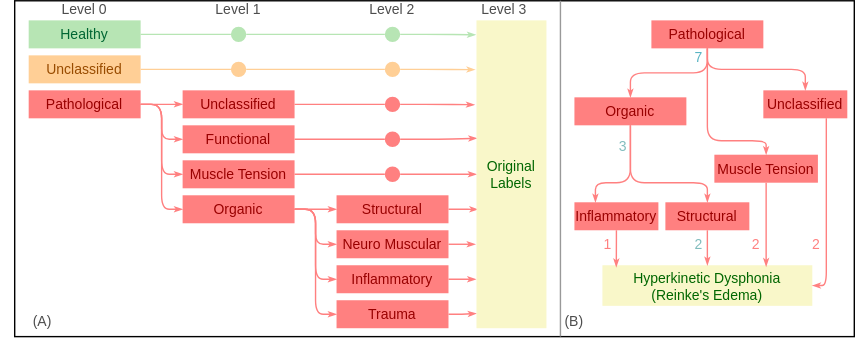
This is benchmark/.docs/diagnostic_hierarchy.drawio.svg from ComputationalAudioResearchLab/divr-benchmark, a draw.io export, as it was before one commit. Source tidied: cells renumbered, new cells last; positions are measured from the earlier drawing's top-left corner, leaving out a move shared by most shapes.
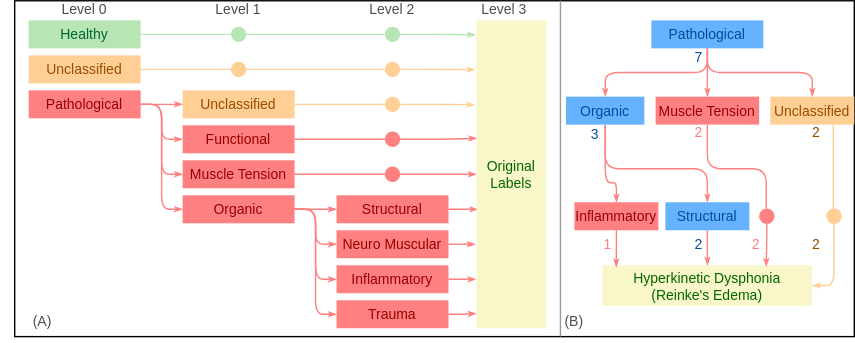
Above is the later version.

Commit message:
feat: store diagram and rmore results

What changed in the source:
```diff
@@ -44,10 +44,10 @@
     <mxCell id="15" value="Muscle Tension" style="rounded=0;whiteSpace=wrap;html=1;labelBackgroundColor=none;fillColor=#FF8080;fontSize=10;fontColor=#990000;strokeColor=none;" parent="1" vertex="1">
       <mxGeometry x="130" y="114" width="80" height="20" as="geometry" />
     </mxCell>
-    <mxCell id="16" style="edgeStyle=orthogonalEdgeStyle;html=1;exitX=1;exitY=0.5;exitDx=0;exitDy=0;strokeColor=#FF8080;fontSize=10;fontColor=#990000;endArrow=classicThin;endFill=1;startSize=2;endSize=3;entryX=-0.027;entryY=0.274;entryDx=0;entryDy=0;entryPerimeter=0;startArrow=none;" parent="1" edge="1" source="68" target="31">
+    <mxCell id="16" style="edgeStyle=orthogonalEdgeStyle;html=1;exitX=1;exitY=0.5;exitDx=0;exitDy=0;strokeColor=#FFCF96;fontSize=10;fontColor=#990000;endArrow=classicThin;endFill=1;startSize=2;endSize=3;entryX=-0.027;entryY=0.274;entryDx=0;entryDy=0;entryPerimeter=0;startArrow=none;" parent="1" edge="1" source="68" target="31">
       <mxGeometry relative="1" as="geometry" />
     </mxCell>
-    <mxCell id="17" value="Unclassified" style="rounded=0;whiteSpace=wrap;html=1;labelBackgroundColor=none;fillColor=#FF8080;fontSize=10;fontColor=#990000;strokeColor=none;" parent="1" vertex="1">
+    <mxCell id="17" value="Unclassified" style="rounded=0;whiteSpace=wrap;html=1;labelBackgroundColor=none;fillColor=#FFCF96;fontSize=10;fontColor=#994C00;strokeColor=none;" parent="1" vertex="1">
       <mxGeometry x="130" y="64" width="80" height="20" as="geometry" />
     </mxCell>
     <mxCell id="18" style="edgeStyle=orthogonalEdgeStyle;html=1;exitX=1;exitY=0.5;exitDx=0;exitDy=0;entryX=0;entryY=0.5;entryDx=0;entryDy=0;strokeColor=#FF8080;fontSize=10;fontColor=#990000;endArrow=classicThin;endFill=1;startSize=2;endSize=3;" parent="1" edge="1" source="22" target="30">
@@ -116,41 +116,45 @@
     <mxCell id="38" style="edgeStyle=orthogonalEdgeStyle;html=1;exitX=0.5;exitY=1;exitDx=0;exitDy=0;entryX=0.5;entryY=0;entryDx=0;entryDy=0;strokeColor=#FF8080;fontSize=10;fontColor=#4D4D4D;endArrow=classicThin;endFill=1;startSize=2;endSize=3;" parent="1" edge="1" source="39" target="35">
       <mxGeometry relative="1" as="geometry" />
     </mxCell>
-    <mxCell id="39" value="Structural" style="rounded=0;whiteSpace=wrap;html=1;labelBackgroundColor=none;fillColor=#FF8080;fontSize=10;fontColor=#990000;strokeColor=none;" parent="1" vertex="1">
+    <mxCell id="39" value="Structural" style="rounded=0;whiteSpace=wrap;html=1;labelBackgroundColor=none;fillColor=#66B2FF;fontSize=10;fontColor=#004C99;strokeColor=none;" parent="1" vertex="1">
       <mxGeometry x="475" y="144" width="60" height="20" as="geometry" />
     </mxCell>
-    <mxCell id="40" style="edgeStyle=orthogonalEdgeStyle;html=1;exitX=0.75;exitY=1;exitDx=0;exitDy=0;entryX=1;entryY=0.5;entryDx=0;entryDy=0;strokeColor=#FF8080;fontSize=10;fontColor=#4D4D4D;endArrow=classicThin;endFill=1;startSize=2;endSize=3;" parent="1" edge="1" source="41" target="35">
+    <mxCell id="40" style="edgeStyle=orthogonalEdgeStyle;html=1;exitX=0.5;exitY=1;exitDx=0;exitDy=0;entryX=1;entryY=0.5;entryDx=0;entryDy=0;strokeColor=#FFCF96;fontSize=10;fontColor=#4D4D4D;endArrow=classicThin;endFill=1;startSize=2;endSize=3;startArrow=none;" parent="1" edge="1" source="78" target="35">
       <mxGeometry relative="1" as="geometry" />
     </mxCell>
-    <mxCell id="41" value="Unclassified" style="rounded=0;whiteSpace=wrap;html=1;labelBackgroundColor=none;fillColor=#FF8080;fontSize=10;fontColor=#990000;strokeColor=none;" parent="1" vertex="1">
-      <mxGeometry x="545" y="64" width="60" height="20" as="geometry" />
+    <mxCell id="41" value="Unclassified" style="rounded=0;whiteSpace=wrap;html=1;labelBackgroundColor=none;fillColor=#FFCF96;fontSize=10;fontColor=#994C00;strokeColor=none;" parent="1" vertex="1">
+      <mxGeometry x="550" y="68.5" width="60" height="20" as="geometry" />
     </mxCell>
     <mxCell id="42" style="edgeStyle=orthogonalEdgeStyle;html=1;exitX=0.5;exitY=1;exitDx=0;exitDy=0;strokeColor=#FF8080;fontSize=10;fontColor=#4D4D4D;endArrow=classicThin;endFill=1;startSize=2;endSize=3;" parent="1" edge="1" source="44" target="39">
       <mxGeometry relative="1" as="geometry">
         <Array as="points">
-          <mxPoint x="450" y="130" />
-          <mxPoint x="505" y="130" />
+          <mxPoint x="432" y="120" />
+          <mxPoint x="505" y="120" />
         </Array>
       </mxGeometry>
     </mxCell>
-    <mxCell id="43" style="edgeStyle=orthogonalEdgeStyle;html=1;exitX=0.5;exitY=1;exitDx=0;exitDy=0;entryX=0.25;entryY=0;entryDx=0;entryDy=0;strokeColor=#FF8080;fontSize=10;fontColor=#4D4D4D;endArrow=classicThin;endFill=1;startSize=2;endSize=3;" parent="1" edge="1" source="44" target="37">
+    <mxCell id="43" style="edgeStyle=orthogonalEdgeStyle;html=1;exitX=0.5;exitY=1;exitDx=0;exitDy=0;entryX=0.5;entryY=0;entryDx=0;entryDy=0;strokeColor=#FF8080;fontSize=10;fontColor=#4D4D4D;endArrow=classicThin;endFill=1;startSize=2;endSize=3;" parent="1" edge="1" source="44" target="37">
       <mxGeometry relative="1" as="geometry">
         <Array as="points">
-          <mxPoint x="450" y="130" />
-          <mxPoint x="425" y="130" />
+          <mxPoint x="432" y="130" />
+          <mxPoint x="440" y="130" />
         </Array>
       </mxGeometry>
     </mxCell>
-    <mxCell id="44" value="Organic" style="rounded=0;whiteSpace=wrap;html=1;labelBackgroundColor=none;fillColor=#FF8080;fontSize=10;fontColor=#990000;strokeColor=none;" parent="1" vertex="1">
-      <mxGeometry x="410" y="69" width="80" height="20" as="geometry" />
+    <mxCell id="44" value="Organic" style="rounded=0;whiteSpace=wrap;html=1;labelBackgroundColor=none;fillColor=#66B2FF;fontSize=10;fontColor=#004C99;strokeColor=none;" parent="1" vertex="1">
+      <mxGeometry x="404" y="68.5" width="56" height="20" as="geometry" />
     </mxCell>
-    <mxCell id="45" style="edgeStyle=orthogonalEdgeStyle;html=1;exitX=0.5;exitY=1;exitDx=0;exitDy=0;strokeColor=#FF8080;fontSize=10;fontColor=#4D4D4D;endArrow=classicThin;endFill=1;startSize=2;endSize=3;" parent="1" edge="1" source="46">
+    <mxCell id="45" style="edgeStyle=orthogonalEdgeStyle;html=1;exitX=0.5;exitY=1;exitDx=0;exitDy=0;strokeColor=#FF8080;fontSize=10;fontColor=#4D4D4D;endArrow=classicThin;endFill=1;startSize=2;endSize=3;startArrow=none;" parent="1" edge="1" source="76">
       <mxGeometry relative="1" as="geometry">
         <mxPoint x="547" y="190" as="targetPoint" />
+        <Array as="points">
+          <mxPoint x="547" y="170" />
+          <mxPoint x="547" y="170" />
+        </Array>
       </mxGeometry>
     </mxCell>
     <mxCell id="46" value="Muscle Tension" style="rounded=0;whiteSpace=wrap;html=1;labelBackgroundColor=none;fillColor=#FF8080;fontSize=10;fontColor=#990000;strokeColor=none;spacing=0;" parent="1" vertex="1">
-      <mxGeometry x="510" y="110" width="74" height="20" as="geometry" />
+      <mxGeometry x="468" y="68.5" width="74" height="20" as="geometry" />
     </mxCell>
     <mxCell id="47" style="edgeStyle=orthogonalEdgeStyle;html=1;exitX=0.5;exitY=1;exitDx=0;exitDy=0;entryX=0.5;entryY=0;entryDx=0;entryDy=0;strokeColor=#FF8080;fontSize=10;fontColor=#4D4D4D;endArrow=classicThin;endFill=1;startSize=2;endSize=3;" parent="1" edge="1" source="50" target="44">
       <mxGeometry relative="1" as="geometry" />
@@ -161,24 +165,24 @@
     <mxCell id="49" style="edgeStyle=orthogonalEdgeStyle;html=1;exitX=0.5;exitY=1;exitDx=0;exitDy=0;strokeColor=#FF8080;fontSize=10;fontColor=#4D4D4D;endArrow=classicThin;endFill=1;startSize=2;endSize=3;entryX=0.5;entryY=0;entryDx=0;entryDy=0;" parent="1" edge="1" source="50" target="46">
       <mxGeometry relative="1" as="geometry">
         <Array as="points">
-          <mxPoint x="505" y="100" />
-          <mxPoint x="547" y="100" />
+          <mxPoint x="505" y="60" />
+          <mxPoint x="505" y="60" />
         </Array>
       </mxGeometry>
     </mxCell>
-    <mxCell id="50" value="Pathological" style="rounded=0;whiteSpace=wrap;html=1;labelBackgroundColor=none;fillColor=#FF8080;fontSize=10;fontColor=#990000;strokeColor=none;" parent="1" vertex="1">
+    <mxCell id="50" value="Pathological" style="rounded=0;whiteSpace=wrap;html=1;labelBackgroundColor=none;fillColor=#66B2FF;fontSize=10;fontColor=#004C99;strokeColor=none;" parent="1" vertex="1">
       <mxGeometry x="465" y="14" width="80" height="20" as="geometry" />
     </mxCell>
     <mxCell id="51" value="1" style="text;html=1;strokeColor=none;fillColor=none;align=center;verticalAlign=middle;whiteSpace=wrap;rounded=0;labelBackgroundColor=none;fontSize=10;fontColor=#FF8080;" parent="1" vertex="1">
       <mxGeometry x="419" y="168.5" width="30" height="11" as="geometry" />
     </mxCell>
-    <mxCell id="52" value="2" style="text;html=1;strokeColor=none;fillColor=none;align=center;verticalAlign=middle;whiteSpace=wrap;rounded=0;labelBackgroundColor=none;fontSize=10;fontColor=#80BCBD;" parent="1" vertex="1">
+    <mxCell id="52" value="2" style="text;html=1;strokeColor=none;fillColor=none;align=center;verticalAlign=middle;whiteSpace=wrap;rounded=0;labelBackgroundColor=none;fontSize=10;fontColor=#004C99;" parent="1" vertex="1">
       <mxGeometry x="484" y="168.5" width="30" height="11" as="geometry" />
     </mxCell>
     <mxCell id="53" value="2" style="text;html=1;strokeColor=none;fillColor=none;align=center;verticalAlign=middle;whiteSpace=wrap;rounded=0;labelBackgroundColor=none;fontSize=10;fontColor=#FF8080;" parent="1" vertex="1">
       <mxGeometry x="525" y="168.5" width="30" height="11" as="geometry" />
     </mxCell>
-    <mxCell id="54" value="2" style="text;html=1;strokeColor=none;fillColor=none;align=center;verticalAlign=middle;whiteSpace=wrap;rounded=0;labelBackgroundColor=none;fontSize=10;fontColor=#FF8080;" parent="1" vertex="1">
+    <mxCell id="54" value="2" style="text;html=1;strokeColor=none;fillColor=none;align=center;verticalAlign=middle;whiteSpace=wrap;rounded=0;labelBackgroundColor=none;fontSize=10;fontColor=#994C00;" parent="1" vertex="1">
       <mxGeometry x="568" y="168.5" width="30" height="11" as="geometry" />
     </mxCell>
     <mxCell id="55" value="Level 0" style="text;html=1;strokeColor=none;fillColor=none;align=center;verticalAlign=middle;whiteSpace=wrap;rounded=0;labelBackgroundColor=none;fontSize=10;fontColor=#4D4D4D;" parent="1" vertex="1">
@@ -217,10 +221,10 @@
     <mxCell id="66" style="ellipse;whiteSpace=wrap;html=1;labelBackgroundColor=none;fontSize=10;fontColor=#FF8080;fillColor=#FFCF96;strokeColor=none;" parent="1" vertex="1">
       <mxGeometry x="274.5" y="43.5" width="11" height="11" as="geometry" />
     </mxCell>
-    <mxCell id="67" style="edgeStyle=orthogonalEdgeStyle;html=1;exitX=1;exitY=0.5;exitDx=0;exitDy=0;strokeColor=#FF8080;fontSize=10;fontColor=#990000;endArrow=none;endFill=1;startSize=2;endSize=3;entryX=0;entryY=0.5;entryDx=0;entryDy=0;" parent="1" edge="1" source="17" target="68">
+    <mxCell id="67" style="edgeStyle=orthogonalEdgeStyle;html=1;exitX=1;exitY=0.5;exitDx=0;exitDy=0;strokeColor=#FFCF96;fontSize=10;fontColor=#990000;endArrow=none;endFill=1;startSize=2;endSize=3;entryX=0;entryY=0.5;entryDx=0;entryDy=0;" parent="1" edge="1" source="17" target="68">
       <mxGeometry relative="1" as="geometry" />
     </mxCell>
-    <mxCell id="68" style="ellipse;whiteSpace=wrap;html=1;labelBackgroundColor=none;fontSize=10;fontColor=#FF8080;fillColor=#FF8080;strokeColor=none;" parent="1" vertex="1">
+    <mxCell id="68" style="ellipse;whiteSpace=wrap;html=1;labelBackgroundColor=none;fontSize=10;fontColor=#FF8080;fillColor=#FFCF96;strokeColor=none;" parent="1" vertex="1">
       <mxGeometry x="274.5" y="68.5" width="11" height="11" as="geometry" />
     </mxCell>
     <mxCell id="69" style="edgeStyle=orthogonalEdgeStyle;html=1;exitX=1;exitY=0.5;exitDx=0;exitDy=0;strokeColor=#FF8080;fontSize=10;fontColor=#990000;endArrow=none;endFill=1;startSize=2;endSize=3;entryX=0;entryY=0.5;entryDx=0;entryDy=0;" parent="1" edge="1" source="13" target="70">
@@ -235,11 +239,38 @@
     <mxCell id="72" style="ellipse;whiteSpace=wrap;html=1;labelBackgroundColor=none;fontSize=10;fontColor=#FF8080;fillColor=#FF8080;strokeColor=none;" parent="1" vertex="1">
       <mxGeometry x="274.5" y="118.5" width="11" height="11" as="geometry" />
     </mxCell>
-    <mxCell id="73" value="3" style="text;html=1;strokeColor=none;fillColor=none;align=center;verticalAlign=middle;whiteSpace=wrap;rounded=0;labelBackgroundColor=none;fontSize=10;fontColor=#80BCBD;" parent="1" vertex="1">
-      <mxGeometry x="430" y="98" width="30" height="11" as="geometry" />
+    <mxCell id="73" value="3" style="text;html=1;strokeColor=none;fillColor=none;align=center;verticalAlign=middle;whiteSpace=wrap;rounded=0;labelBackgroundColor=none;fontSize=10;fontColor=#004C99;" parent="1" vertex="1">
+      <mxGeometry x="410" y="89" width="30" height="11" as="geometry" />
     </mxCell>
-    <mxCell id="74" value="7" style="text;html=1;strokeColor=none;fillColor=none;align=center;verticalAlign=middle;whiteSpace=wrap;rounded=0;labelBackgroundColor=none;fontSize=10;fontColor=#59B4C3;" parent="1" vertex="1">
+    <mxCell id="74" value="7" style="text;html=1;strokeColor=none;fillColor=none;align=center;verticalAlign=middle;whiteSpace=wrap;rounded=0;labelBackgroundColor=none;fontSize=10;fontColor=#004C99;" parent="1" vertex="1">
       <mxGeometry x="484" y="34" width="30" height="11" as="geometry" />
     </mxCell>
+    <mxCell id="75" style="edgeStyle=orthogonalEdgeStyle;html=1;exitX=0.5;exitY=1;exitDx=0;exitDy=0;strokeColor=#FF8080;fontSize=10;fontColor=#4D4D4D;endArrow=none;endFill=1;startSize=2;endSize=3;" parent="1" edge="1" source="46" target="76">
+      <mxGeometry relative="1" as="geometry">
+        <Array as="points">
+          <mxPoint x="505" y="120" />
+          <mxPoint x="547" y="120" />
+        </Array>
+      </mxGeometry>
+    </mxCell>
+    <mxCell id="76" style="ellipse;whiteSpace=wrap;html=1;labelBackgroundColor=none;fontSize=10;fontColor=#FF8080;fillColor=#FF8080;strokeColor=none;" parent="1" vertex="1">
+      <mxGeometry x="542" y="148.5" width="11" height="11" as="geometry" />
+    </mxCell>
+    <mxCell id="77" style="edgeStyle=orthogonalEdgeStyle;html=1;exitX=0.75;exitY=1;exitDx=0;exitDy=0;strokeColor=#FFCF96;fontSize=10;fontColor=#4D4D4D;endArrow=none;endFill=1;startSize=2;endSize=3;entryX=0.5;entryY=0;entryDx=0;entryDy=0;" parent="1" edge="1" source="41" target="78">
+      <mxGeometry relative="1" as="geometry">
+        <Array as="points">
+          <mxPoint x="595" y="149" />
+        </Array>
+      </mxGeometry>
+    </mxCell>
+    <mxCell id="78" style="ellipse;whiteSpace=wrap;html=1;labelBackgroundColor=none;fontSize=10;fontColor=#FF8080;fillColor=#FFCF96;strokeColor=none;" parent="1" vertex="1">
+      <mxGeometry x="590" y="148.5" width="11" height="11" as="geometry" />
+    </mxCell>
+    <mxCell id="79" value="2" style="text;html=1;strokeColor=none;fillColor=none;align=center;verticalAlign=middle;whiteSpace=wrap;rounded=0;labelBackgroundColor=none;fontSize=10;fontColor=#FF8080;" parent="1" vertex="1">
+      <mxGeometry x="484" y="88.5" width="30" height="11" as="geometry" />
+    </mxCell>
+    <mxCell id="80" value="2" style="text;html=1;strokeColor=none;fillColor=none;align=center;verticalAlign=middle;whiteSpace=wrap;rounded=0;labelBackgroundColor=none;fontSize=10;fontColor=#994C00;" parent="1" vertex="1">
+      <mxGeometry x="568" y="88.5" width="30" height="11" as="geometry" />
+    </mxCell>
   </root>
 </mxGraphModel>
```
